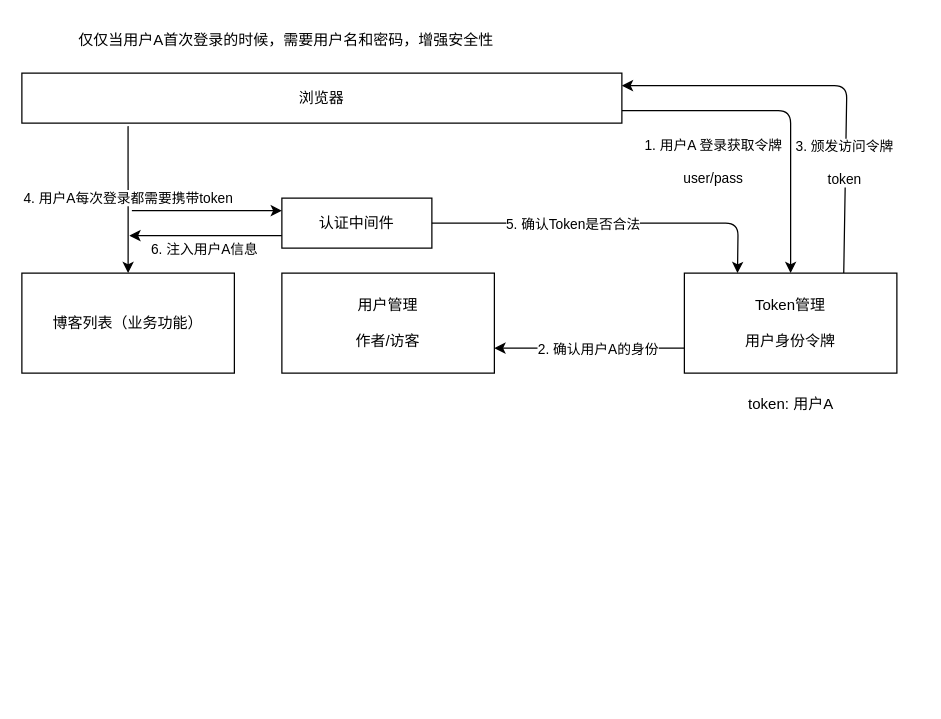
Above: vblog/docs/design-zh.drawio in dawson283067/go_projects (draw.io), before the change. Source tidied: cells renumbered, new cells numbered last; positions are measured from the earlier drawing's top-left corner, leaving out a move shared by most shapes. Both pictures are drawn from the tidied source at 125%, with x=0, y=0 at pixel (21, 21).
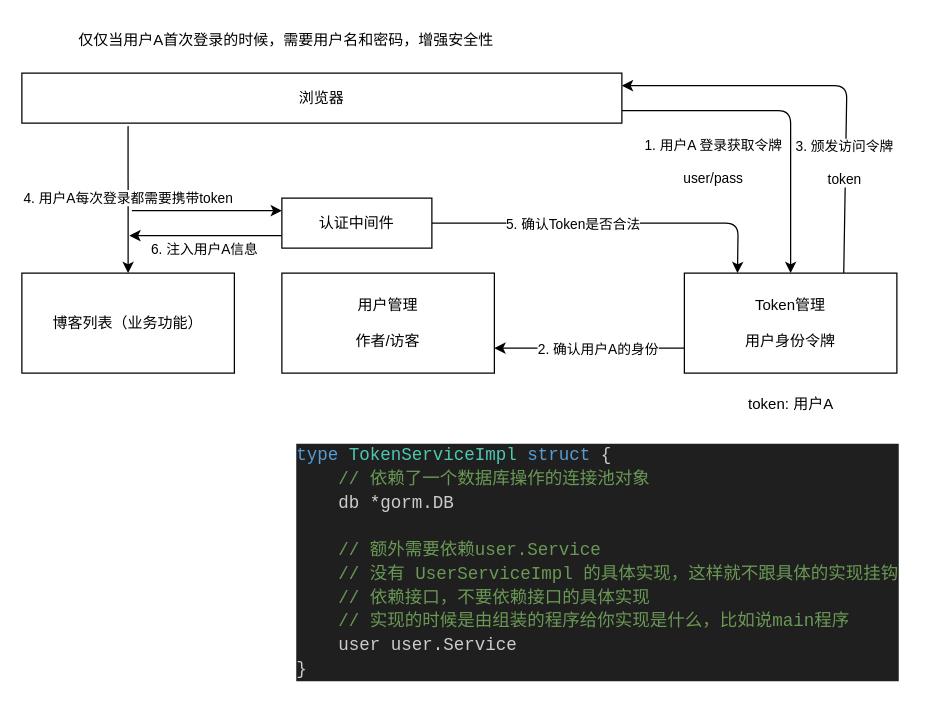
After the change.

What changed in the source:
```diff
@@
+    <mxCell id="22" value="&lt;div style=&quot;color: rgb(204, 204, 204); background-color: rgb(31, 31, 31); font-family: Consolas, &amp;quot;Courier New&amp;quot;, monospace; font-weight: normal; font-size: 14px; line-height: 19px;&quot;&gt;&lt;div&gt;&lt;span style=&quot;color: #569cd6;&quot;&gt;type&lt;/span&gt;&lt;span style=&quot;color: #cccccc;&quot;&gt; &lt;/span&gt;&lt;span style=&quot;color: #4ec9b0;&quot;&gt;TokenServiceImpl&lt;/span&gt;&lt;span style=&quot;color: #cccccc;&quot;&gt; &lt;/span&gt;&lt;span style=&quot;color: #569cd6;&quot;&gt;struct&lt;/span&gt;&lt;span style=&quot;color: #cccccc;&quot;&gt; {&lt;/span&gt;&lt;/div&gt;&lt;div&gt;&lt;span style=&quot;color: #cccccc;&quot;&gt;&amp;nbsp; &amp;nbsp; &lt;/span&gt;&lt;span style=&quot;color: #6a9955;&quot;&gt;// 依赖了一个数据库操作的连接池对象&lt;/span&gt;&lt;/div&gt;&lt;div&gt;&lt;span style=&quot;color: #cccccc;&quot;&gt;&amp;nbsp; &amp;nbsp; db &lt;/span&gt;&lt;span style=&quot;color: #d4d4d4;&quot;&gt;*&lt;/span&gt;&lt;span style=&quot;color: #cccccc;&quot;&gt;gorm.DB&lt;/span&gt;&lt;/div&gt;&lt;br&gt;&lt;div&gt;&lt;span style=&quot;color: #cccccc;&quot;&gt;&amp;nbsp; &amp;nbsp; &lt;/span&gt;&lt;span style=&quot;color: #6a9955;&quot;&gt;// 额外需要依赖user.Service&lt;/span&gt;&lt;/div&gt;&lt;div&gt;&lt;span style=&quot;color: #cccccc;&quot;&gt;&amp;nbsp; &amp;nbsp; &lt;/span&gt;&lt;span style=&quot;color: #6a9955;&quot;&gt;// 没有 UserServiceImpl 的具体实现，这样就不跟具体的实现挂钩&lt;/span&gt;&lt;/div&gt;&lt;div&gt;&lt;span style=&quot;color: #cccccc;&quot;&gt;&amp;nbsp; &amp;nbsp; &lt;/span&gt;&lt;span style=&quot;color: #6a9955;&quot;&gt;// 依赖接口，不要依赖接口的具体实现&lt;/span&gt;&lt;/div&gt;&lt;div&gt;&lt;span style=&quot;color: #cccccc;&quot;&gt;&amp;nbsp; &amp;nbsp; &lt;/span&gt;&lt;span style=&quot;color: #6a9955;&quot;&gt;// 实现的时候是由组装的程序给你实现是什么，比如说main程序&lt;/span&gt;&lt;/div&gt;&lt;div&gt;&lt;span style=&quot;color: #cccccc;&quot;&gt;&amp;nbsp; &amp;nbsp; user user.Service&lt;/span&gt;&lt;/div&gt;&lt;div&gt;&lt;span style=&quot;color: #cccccc;&quot;&gt;}&lt;/span&gt;&lt;/div&gt;&lt;/div&gt;" style="text;whiteSpace=wrap;html=1;" parent="1" vertex="1">
+      <mxGeometry x="218" y="331" width="500" height="210" as="geometry" />
+    </mxCell>
```
